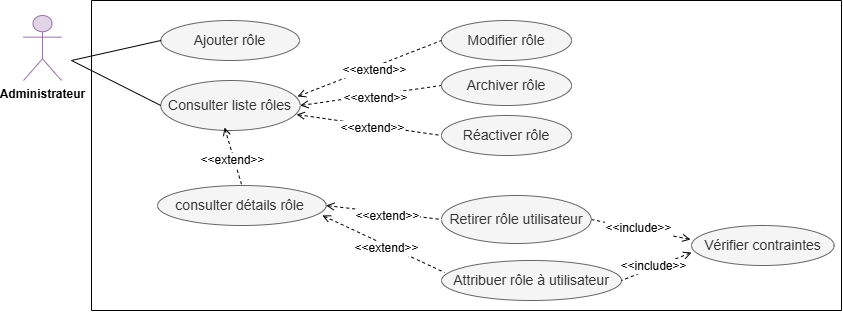
This is Images/diag cas d'utilisation role.drawio.png from rihab-dev/Rapport-PFE, a draw.io export, as it was before one commit. Source tidied: cells renumbered, new cells last; positions are measured from the earlier drawing's top-left corner, leaving out a move shared by most shapes.
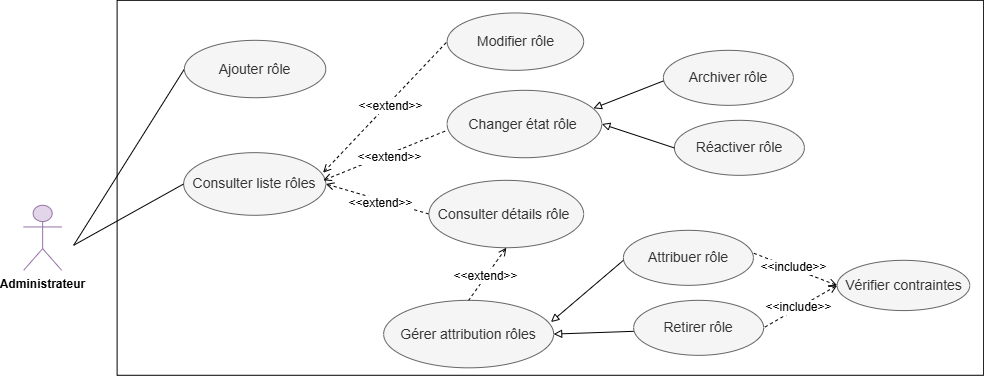
Later version of the same file.

What changed in the source:
```diff
@@ -3,111 +3,124 @@
     <mxCell id="0" />
     <mxCell id="1" parent="0" />
     <mxCell id="2" value="&lt;font style=&quot;font-size: 14px;&quot;&gt;Consulter liste rôles&lt;/font&gt;" style="ellipse;whiteSpace=wrap;html=1;fillColor=#f5f5f5;fontColor=#333333;strokeColor=#666666;" parent="1" vertex="1">
-      <mxGeometry x="137.3" y="80" width="139.3" height="50" as="geometry" />
+      <mxGeometry x="5596.2" y="5695.2" width="142.1" height="62.6" as="geometry" />
     </mxCell>
+    <mxCell id="9" style="endArrow=none;dashed=1;html=1;rounded=0;startArrow=open;startFill=0;entryX=0;entryY=0.5;entryDx=0;entryDy=0;exitX=0.981;exitY=0.32;exitDx=0;exitDy=0;exitPerimeter=0;" parent="1" edge="1" source="2" target="4">
+      <mxGeometry relative="1" as="geometry" />
+    </mxCell>
+    <mxCell id="31" value="&lt;font style=&quot;font-size: 12px;&quot;&gt;&amp;lt;&amp;lt;extend&amp;gt;&amp;gt;&lt;/font&gt;" style="edgeLabel;html=1;align=center;verticalAlign=middle;" parent="9" vertex="1">
+      <mxGeometry x="0.05" y="-2" relative="1" as="geometry">
+        <mxPoint y="1" as="offset" />
+      </mxGeometry>
+    </mxCell>
+    <mxCell id="32" style="endArrow=none;dashed=1;html=1;rounded=0;startArrow=open;startFill=0;exitX=1;exitY=0.5;exitDx=0;exitDy=0;entryX=0;entryY=0.5;entryDx=0;entryDy=0;" parent="1" edge="1" source="2" target="41">
+      <mxGeometry relative="1" as="geometry" />
+    </mxCell>
+    <mxCell id="33" value="&lt;font style=&quot;font-size: 12px;&quot;&gt;&amp;lt;&amp;lt;extend&amp;gt;&amp;gt;&lt;/font&gt;" style="edgeLabel;html=1;align=center;verticalAlign=middle;" parent="32" vertex="1">
+      <mxGeometry x="0.05" y="-2" relative="1" as="geometry">
+        <mxPoint y="1" as="offset" />
+      </mxGeometry>
+    </mxCell>
+    <mxCell id="34" style="endArrow=none;html=1;rounded=0;entryX=0;entryY=0.5;entryDx=0;entryDy=0;endFill=0;" parent="1" edge="1" target="2">
+      <mxGeometry relative="1" as="geometry">
+        <mxPoint x="5486.2" y="5787.8" as="sourcePoint" />
+      </mxGeometry>
+    </mxCell>
+    <mxCell id="35" style="endArrow=none;html=1;rounded=0;entryX=0;entryY=0.5;entryDx=0;entryDy=0;endFill=0;" parent="1" edge="1" target="3">
+      <mxGeometry relative="1" as="geometry">
+        <mxPoint x="5486.2" y="5787.8" as="sourcePoint" />
+      </mxGeometry>
+    </mxCell>
+    <mxCell id="26" value="&lt;b&gt;Administrateur&lt;/b&gt;" style="shape=umlActor;verticalLabelPosition=bottom;verticalAlign=top;html=1;fillColor=#e1d5e7;strokeColor=#9673a6;" parent="1" vertex="1">
+      <mxGeometry x="5436.2" y="5747.8" width="38" height="65" as="geometry" />
+    </mxCell>
+    <mxCell id="36" style="swimlane;startSize=0;" parent="1" vertex="1">
+      <mxGeometry x="5529.6" y="5542.8" width="866.5" height="374.9" as="geometry" />
+    </mxCell>
+    <mxCell id="37" value="&lt;div&gt;&lt;span style=&quot;font-size: 14px;&quot;&gt;Gérer attribution rôles&lt;/span&gt;&lt;/div&gt;" style="ellipse;whiteSpace=wrap;html=1;fillColor=#f5f5f5;fontColor=#333333;strokeColor=#666666;" parent="36" vertex="1">
+      <mxGeometry x="266.5" y="300" width="170" height="67.5" as="geometry" />
+    </mxCell>
-    <mxCell id="3" value="&lt;font style=&quot;font-size: 14px;&quot;&gt;Ajouter rôle&lt;/font&gt;" style="ellipse;whiteSpace=wrap;html=1;fillColor=#f5f5f5;fontColor=#333333;strokeColor=#666666;" parent="1" vertex="1">
-      <mxGeometry x="137.3" y="20" width="138.7" height="40" as="geometry" />
+    <mxCell id="3" value="&lt;font style=&quot;font-size: 14px;&quot;&gt;Ajouter rôle&lt;/font&gt;" style="ellipse;whiteSpace=wrap;html=1;fillColor=#f5f5f5;fontColor=#333333;strokeColor=#666666;" parent="36" vertex="1">
+      <mxGeometry x="67.3" y="40" width="141.5" height="57.4" as="geometry" />
     </mxCell>
-    <mxCell id="4" value="&lt;font style=&quot;font-size: 14px;&quot;&gt;Modifier rôle&lt;/font&gt;" style="ellipse;whiteSpace=wrap;html=1;fillColor=#f5f5f5;fontColor=#333333;strokeColor=#666666;" parent="1" vertex="1">
-      <mxGeometry x="418" y="20" width="130" height="40" as="geometry" />
+    <mxCell id="4" value="&lt;font style=&quot;font-size: 14px;&quot;&gt;Modifier rôle&lt;/font&gt;" style="ellipse;whiteSpace=wrap;html=1;fillColor=#f5f5f5;fontColor=#333333;strokeColor=#666666;" parent="36" vertex="1">
+      <mxGeometry x="330" y="12.6" width="136.5" height="57.4" as="geometry" />
     </mxCell>
-    <mxCell id="5" value="&lt;font style=&quot;font-size: 14px;&quot;&gt;Attribuer rôle à utilisateur&lt;/font&gt;" style="ellipse;whiteSpace=wrap;html=1;fillColor=#f5f5f5;fontColor=#333333;strokeColor=#666666;" parent="1" vertex="1">
-      <mxGeometry x="418" y="260" width="180" height="40" as="geometry" />
-    </mxCell>
-    <mxCell id="6" value="&lt;span style=&quot;font-size: 14px;&quot;&gt;consulter détails&amp;nbsp;&lt;/span&gt;&lt;span style=&quot;font-size: 14px;&quot;&gt;rôle&lt;/span&gt;&lt;span style=&quot;font-size: 14px;&quot;&gt;&amp;nbsp;&lt;/span&gt;" style="ellipse;whiteSpace=wrap;html=1;fillColor=#f5f5f5;fontColor=#333333;strokeColor=#666666;" parent="1" vertex="1">
-      <mxGeometry x="134" y="185" width="168.7" height="40" as="geometry" />
-    </mxCell>
-    <mxCell id="7" style="endArrow=none;dashed=1;html=1;rounded=0;startArrow=open;startFill=0;entryX=0;entryY=0.5;entryDx=0;entryDy=0;exitX=1;exitY=0.5;exitDx=0;exitDy=0;" parent="1" edge="1" source="2" target="29">
-      <mxGeometry relative="1" as="geometry" />
-    </mxCell>
-    <mxCell id="8" value="&lt;font style=&quot;font-size: 12px;&quot;&gt;&amp;lt;&amp;lt;extend&amp;gt;&amp;gt;&lt;/font&gt;" style="edgeLabel;html=1;align=center;verticalAlign=middle;" parent="7" vertex="1">
-      <mxGeometry x="0.05" y="-2" relative="1" as="geometry">
-        <mxPoint y="1" as="offset" />
-      </mxGeometry>
-    </mxCell>
-    <mxCell id="9" style="endArrow=none;dashed=1;html=1;rounded=0;startArrow=open;startFill=0;entryX=0;entryY=0.5;entryDx=0;entryDy=0;exitX=0.981;exitY=0.32;exitDx=0;exitDy=0;exitPerimeter=0;" parent="1" edge="1" source="2" target="4">
-      <mxGeometry relative="1" as="geometry" />
-    </mxCell>
-    <mxCell id="10" value="&lt;font style=&quot;font-size: 12px;&quot;&gt;&amp;lt;&amp;lt;extend&amp;gt;&amp;gt;&lt;/font&gt;" style="edgeLabel;html=1;align=center;verticalAlign=middle;" parent="9" vertex="1">
-      <mxGeometry x="0.05" y="-2" relative="1" as="geometry">
-        <mxPoint y="1" as="offset" />
-      </mxGeometry>
-    </mxCell>
-    <mxCell id="11" style="endArrow=none;dashed=1;html=1;rounded=0;startArrow=open;startFill=0;exitX=0.974;exitY=0.68;exitDx=0;exitDy=0;entryX=0;entryY=0.5;entryDx=0;entryDy=0;exitPerimeter=0;" parent="1" edge="1" source="2" target="30">
-      <mxGeometry relative="1" as="geometry" />
-    </mxCell>
-    <mxCell id="12" value="&lt;font style=&quot;font-size: 12px;&quot;&gt;&amp;lt;&amp;lt;extend&amp;gt;&amp;gt;&lt;/font&gt;" style="edgeLabel;html=1;align=center;verticalAlign=middle;" parent="11" vertex="1">
-      <mxGeometry x="0.05" y="-2" relative="1" as="geometry">
-        <mxPoint y="1" as="offset" />
-      </mxGeometry>
-    </mxCell>
-    <mxCell id="13" style="endArrow=none;dashed=1;html=1;rounded=0;startArrow=open;startFill=0;entryX=0.017;entryY=0.3;entryDx=0;entryDy=0;entryPerimeter=0;exitX=0.978;exitY=0.75;exitDx=0;exitDy=0;exitPerimeter=0;" parent="1" edge="1" source="6" target="5">
-      <mxGeometry relative="1" as="geometry" />
-    </mxCell>
-    <mxCell id="14" value="&lt;font style=&quot;font-size: 12px;&quot;&gt;&amp;lt;&amp;lt;extend&amp;gt;&amp;gt;&lt;/font&gt;" style="edgeLabel;html=1;align=center;verticalAlign=middle;" parent="13" vertex="1">
-      <mxGeometry x="0.05" y="-2" relative="1" as="geometry">
-        <mxPoint y="1" as="offset" />
-      </mxGeometry>
-    </mxCell>
-    <mxCell id="15" style="endArrow=none;dashed=1;html=1;rounded=0;startArrow=open;startFill=0;exitX=1;exitY=0.5;exitDx=0;exitDy=0;entryX=0;entryY=0.5;entryDx=0;entryDy=0;" parent="1" edge="1" source="6" target="28">
-      <mxGeometry relative="1" as="geometry" />
-    </mxCell>
-    <mxCell id="16" value="&lt;font style=&quot;font-size: 12px;&quot;&gt;&amp;lt;&amp;lt;extend&amp;gt;&amp;gt;&lt;/font&gt;" style="edgeLabel;html=1;align=center;verticalAlign=middle;" parent="15" vertex="1">
-      <mxGeometry x="0.05" y="-2" relative="1" as="geometry">
-        <mxPoint y="1" as="offset" />
-      </mxGeometry>
-    </mxCell>
+    <mxCell id="38" value="&lt;span style=&quot;font-size: 14px;&quot;&gt;Retirer rôle&lt;/span&gt;" style="ellipse;whiteSpace=wrap;html=1;fillColor=#f5f5f5;fontColor=#333333;strokeColor=#666666;" parent="36" vertex="1">
+      <mxGeometry x="516.5" y="300" width="130" height="55" as="geometry" />
+    </mxCell>
+    <mxCell id="39" value="&lt;span style=&quot;font-size: 14px;&quot;&gt;Attribuer rôle&lt;/span&gt;" style="ellipse;whiteSpace=wrap;html=1;fillColor=#f5f5f5;fontColor=#333333;strokeColor=#666666;" parent="36" vertex="1">
+      <mxGeometry x="506.3" y="230" width="130" height="55" as="geometry" />
+    </mxCell>
+    <mxCell id="40" style="endArrow=block;html=1;rounded=0;entryX=0.984;entryY=0.322;entryDx=0;entryDy=0;endFill=0;entryPerimeter=0;exitX=1;exitY=0.5;exitDx=0;exitDy=0;" parent="36" edge="1" target="37">
+      <mxGeometry relative="1" as="geometry">
+        <mxPoint x="506.3" y="260" as="sourcePoint" />
+      </mxGeometry>
+    </mxCell>
+    <mxCell id="41" value="&lt;span style=&quot;font-size: 14px;&quot;&gt;Consulter détails&amp;nbsp;&lt;/span&gt;&lt;span style=&quot;font-size: 14px;&quot;&gt;rôle&lt;/span&gt;&lt;span style=&quot;font-size: 14px;&quot;&gt;&amp;nbsp;&lt;/span&gt;" style="ellipse;whiteSpace=wrap;html=1;fillColor=#f5f5f5;fontColor=#333333;strokeColor=#666666;" parent="36" vertex="1">
+      <mxGeometry x="311.9" y="180" width="154.7" height="67.4" as="geometry" />
+    </mxCell>
+    <mxCell id="42" style="endArrow=none;dashed=1;html=1;rounded=0;startArrow=open;startFill=0;exitX=0.5;exitY=1;exitDx=0;exitDy=0;entryX=0.5;entryY=0;entryDx=0;entryDy=0;" parent="36" edge="1" source="41" target="37">
+      <mxGeometry relative="1" as="geometry" />
+    </mxCell>
+    <mxCell id="43" value="&lt;font style=&quot;font-size: 12px;&quot;&gt;&amp;lt;&amp;lt;extend&amp;gt;&amp;gt;&lt;/font&gt;" style="edgeLabel;html=1;align=center;verticalAlign=middle;" parent="42" vertex="1">
+      <mxGeometry x="0.05" y="-2" relative="1" as="geometry">
+        <mxPoint y="1" as="offset" />
+      </mxGeometry>
+    </mxCell>
-    <mxCell id="17" value="&lt;font style=&quot;font-size: 14px;&quot;&gt;Vérifier contraintes&lt;/font&gt;" style="ellipse;whiteSpace=wrap;html=1;fillColor=#f5f5f5;fontColor=#333333;strokeColor=#666666;" parent="1" vertex="1">
-      <mxGeometry x="668" y="225" width="142.7" height="40" as="geometry" />
+    <mxCell id="17" value="&lt;font style=&quot;font-size: 14px;&quot;&gt;Vérifier contraintes&lt;/font&gt;" style="ellipse;whiteSpace=wrap;html=1;fillColor=#f5f5f5;fontColor=#333333;strokeColor=#666666;" parent="36" vertex="1">
+      <mxGeometry x="720" y="260" width="132.7" height="50.2" as="geometry" />
     </mxCell>
-    <mxCell id="18" style="endArrow=none;dashed=1;html=1;rounded=0;startArrow=open;startFill=0;entryX=1;entryY=0.5;entryDx=0;entryDy=0;exitX=0;exitY=0.675;exitDx=0;exitDy=0;exitPerimeter=0;" parent="1" edge="1" source="17" target="5">
-      <mxGeometry relative="1" as="geometry" />
-    </mxCell>
-    <mxCell id="19" value="&lt;font style=&quot;font-size: 12px;&quot;&gt;&amp;lt;&amp;lt;include&amp;gt;&amp;gt;&lt;/font&gt;" style="edgeLabel;html=1;align=center;verticalAlign=middle;" parent="18" vertex="1">
-      <mxGeometry x="0.05" y="-2" relative="1" as="geometry">
-        <mxPoint y="1" as="offset" />
-      </mxGeometry>
-    </mxCell>
-    <mxCell id="20" style="endArrow=none;dashed=1;html=1;rounded=0;startArrow=open;startFill=0;exitX=0.457;exitY=0.94;exitDx=0;exitDy=0;entryX=0.5;entryY=0;entryDx=0;entryDy=0;exitPerimeter=0;" parent="1" edge="1" source="2" target="6">
-      <mxGeometry relative="1" as="geometry" />
-    </mxCell>
-    <mxCell id="21" value="&lt;font style=&quot;font-size: 12px;&quot;&gt;&amp;lt;&amp;lt;extend&amp;gt;&amp;gt;&lt;/font&gt;" style="edgeLabel;html=1;align=center;verticalAlign=middle;" parent="20" vertex="1">
-      <mxGeometry x="0.05" y="-2" relative="1" as="geometry">
-        <mxPoint y="1" as="offset" />
-      </mxGeometry>
-    </mxCell>
-    <mxCell id="22" style="endArrow=none;dashed=1;html=1;rounded=0;startArrow=open;startFill=0;entryX=1;entryY=0.5;entryDx=0;entryDy=0;exitX=-0.007;exitY=0.35;exitDx=0;exitDy=0;exitPerimeter=0;" parent="1" edge="1" source="17" target="28">
-      <mxGeometry relative="1" as="geometry" />
-    </mxCell>
-    <mxCell id="23" value="&lt;font style=&quot;font-size: 12px;&quot;&gt;&amp;lt;&amp;lt;include&amp;gt;&amp;gt;&lt;/font&gt;" style="edgeLabel;html=1;align=center;verticalAlign=middle;" parent="22" vertex="1">
-      <mxGeometry x="0.05" y="-2" relative="1" as="geometry">
-        <mxPoint y="1" as="offset" />
-      </mxGeometry>
-    </mxCell>
-    <mxCell id="24" style="endArrow=none;html=1;rounded=0;entryX=0;entryY=0.5;entryDx=0;entryDy=0;endFill=0;" parent="1" edge="1" target="2">
-      <mxGeometry relative="1" as="geometry">
-        <mxPoint x="48" y="60" as="sourcePoint" />
-      </mxGeometry>
-    </mxCell>
-    <mxCell id="25" style="endArrow=none;html=1;rounded=0;entryX=0;entryY=0.5;entryDx=0;entryDy=0;endFill=0;" parent="1" edge="1" target="3">
-      <mxGeometry relative="1" as="geometry">
-        <mxPoint x="48" y="60" as="sourcePoint" />
-      </mxGeometry>
-    </mxCell>
-    <mxCell id="26" value="&lt;b&gt;Administrateur&lt;/b&gt;" style="shape=umlActor;verticalLabelPosition=bottom;verticalAlign=top;html=1;fillColor=#e1d5e7;strokeColor=#9673a6;" parent="1" vertex="1">
-      <mxGeometry y="15" width="38" height="65" as="geometry" />
-    </mxCell>
-    <mxCell id="27" style="swimlane;startSize=0;" parent="1" vertex="1">
-      <mxGeometry x="68" width="750" height="310" as="geometry" />
-    </mxCell>
-    <mxCell id="28" value="&lt;font style=&quot;font-size: 14px;&quot;&gt;Retirer rôle&amp;nbsp;&lt;/font&gt;&lt;span style=&quot;font-size: 14px; background-color: transparent; color: light-dark(rgb(51, 51, 51), rgb(193, 193, 193));&quot;&gt;utilisateur&lt;/span&gt;" style="ellipse;whiteSpace=wrap;html=1;fillColor=#f5f5f5;fontColor=#333333;strokeColor=#666666;" parent="27" vertex="1">
-      <mxGeometry x="350" y="195" width="149.7" height="48" as="geometry" />
-    </mxCell>
+    <mxCell id="44" style="endArrow=none;dashed=1;html=1;rounded=0;startArrow=open;startFill=0;entryX=0.988;entryY=0.403;entryDx=0;entryDy=0;exitX=0;exitY=0.5;exitDx=0;exitDy=0;entryPerimeter=0;" parent="36" edge="1" source="17" target="39">
+      <mxGeometry relative="1" as="geometry" />
+    </mxCell>
+    <mxCell id="45" value="&lt;font style=&quot;font-size: 12px;&quot;&gt;&amp;lt;&amp;lt;include&amp;gt;&amp;gt;&lt;/font&gt;" style="edgeLabel;html=1;align=center;verticalAlign=middle;" parent="44" vertex="1">
+      <mxGeometry x="0.05" y="-2" relative="1" as="geometry">
+        <mxPoint y="1" as="offset" />
+      </mxGeometry>
+    </mxCell>
+    <mxCell id="46" style="endArrow=none;dashed=1;html=1;rounded=0;startArrow=open;startFill=0;entryX=1;entryY=0.5;entryDx=0;entryDy=0;exitX=0;exitY=0.5;exitDx=0;exitDy=0;" parent="36" edge="1" source="17" target="38">
+      <mxGeometry relative="1" as="geometry" />
+    </mxCell>
+    <mxCell id="47" value="&lt;font style=&quot;font-size: 12px;&quot;&gt;&amp;lt;&amp;lt;include&amp;gt;&amp;gt;&lt;/font&gt;" style="edgeLabel;html=1;align=center;verticalAlign=middle;" parent="46" vertex="1">
+      <mxGeometry x="0.05" y="-2" relative="1" as="geometry">
+        <mxPoint y="1" as="offset" />
+      </mxGeometry>
+    </mxCell>
+    <mxCell id="48" value="&lt;span style=&quot;font-size: 14px;&quot;&gt;Changer état rôle&amp;nbsp;&lt;/span&gt;" style="ellipse;whiteSpace=wrap;html=1;fillColor=#f5f5f5;fontColor=#333333;strokeColor=#666666;" parent="36" vertex="1">
+      <mxGeometry x="330" y="90" width="154.7" height="67.4" as="geometry" />
+    </mxCell>
+    <mxCell id="49" style="endArrow=none;dashed=1;html=1;rounded=0;startArrow=open;startFill=0;entryX=0;entryY=0.5;entryDx=0;entryDy=0;" parent="36" edge="1">
+      <mxGeometry relative="1" as="geometry">
+        <mxPoint x="206.3" y="180" as="sourcePoint" />
+        <mxPoint x="330" y="130" as="targetPoint" />
+      </mxGeometry>
+    </mxCell>
+    <mxCell id="50" value="&lt;font style=&quot;font-size: 12px;&quot;&gt;&amp;lt;&amp;lt;extend&amp;gt;&amp;gt;&lt;/font&gt;" style="edgeLabel;html=1;align=center;verticalAlign=middle;" parent="49" vertex="1">
+      <mxGeometry x="0.05" y="-2" relative="1" as="geometry">
+        <mxPoint y="1" as="offset" />
+      </mxGeometry>
+    </mxCell>
-    <mxCell id="29" value="&lt;font style=&quot;font-size: 14px;&quot;&gt;Archiver rôle&lt;/font&gt;" style="ellipse;whiteSpace=wrap;html=1;fillColor=#f5f5f5;fontColor=#333333;strokeColor=#666666;" parent="27" vertex="1">
-      <mxGeometry x="350" y="65" width="130" height="40" as="geometry" />
+    <mxCell id="29" value="&lt;span style=&quot;font-size: 14px;&quot;&gt;Archiver rôle&lt;/span&gt;" style="ellipse;whiteSpace=wrap;html=1;fillColor=#f5f5f5;fontColor=#333333;strokeColor=#666666;" parent="36" vertex="1">
+      <mxGeometry x="546.3" y="50" width="130" height="55" as="geometry" />
     </mxCell>
-    <mxCell id="30" value="&lt;span style=&quot;font-size: 14px;&quot;&gt;Réactiver rôle&lt;/span&gt;" style="ellipse;whiteSpace=wrap;html=1;fillColor=#f5f5f5;fontColor=#333333;strokeColor=#666666;" parent="27" vertex="1">
-      <mxGeometry x="350" y="115" width="130" height="40" as="geometry" />
+    <mxCell id="30" value="&lt;span style=&quot;font-size: 14px;&quot;&gt;Réactiver rôle&lt;/span&gt;" style="ellipse;whiteSpace=wrap;html=1;fillColor=#f5f5f5;fontColor=#333333;strokeColor=#666666;" parent="36" vertex="1">
+      <mxGeometry x="557.3" y="120" width="130" height="55" as="geometry" />
     </mxCell>
+    <mxCell id="51" style="endArrow=block;html=1;rounded=0;entryX=0.946;entryY=0.267;entryDx=0;entryDy=0;endFill=0;entryPerimeter=0;exitX=1;exitY=0.5;exitDx=0;exitDy=0;" parent="36" edge="1" target="48">
+      <mxGeometry relative="1" as="geometry">
+        <mxPoint x="546.3" y="80.6" as="sourcePoint" />
+      </mxGeometry>
+    </mxCell>
+    <mxCell id="52" style="endArrow=block;html=1;rounded=0;entryX=1;entryY=0.5;entryDx=0;entryDy=0;endFill=0;exitX=1;exitY=0.5;exitDx=0;exitDy=0;" parent="36" edge="1" target="48">
+      <mxGeometry relative="1" as="geometry">
+        <mxPoint x="557.3" y="147.6" as="sourcePoint" />
+      </mxGeometry>
+    </mxCell>
+    <mxCell id="53" style="endArrow=block;html=1;rounded=0;entryX=1;entryY=0.5;entryDx=0;entryDy=0;endFill=0;exitX=1;exitY=0.5;exitDx=0;exitDy=0;" parent="36" edge="1" target="37">
+      <mxGeometry relative="1" as="geometry">
+        <mxPoint x="516.5" y="331" as="sourcePoint" />
+      </mxGeometry>
+    </mxCell>
   </root>
 </mxGraphModel>
```
